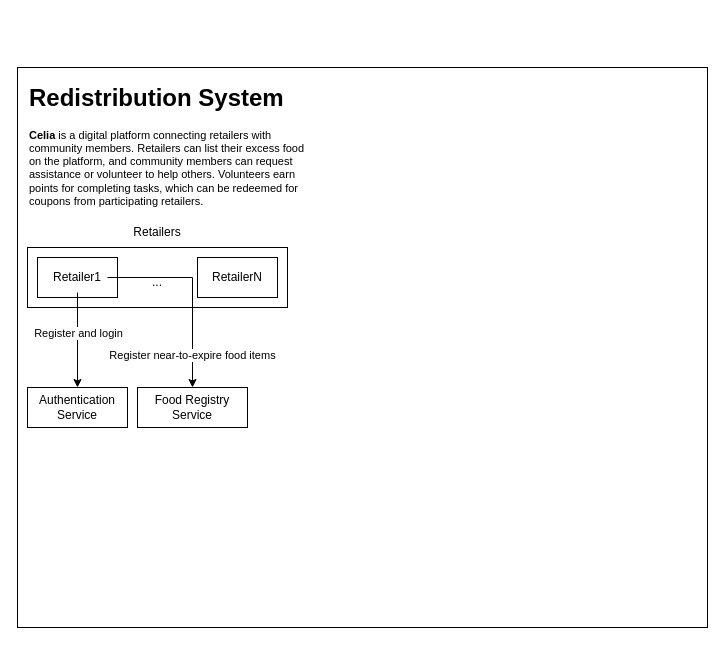
The draw.io diagram page "Page-2" (2 of 2) of Untitled Diagram.drawio in HarshvardhanThosar/msc-project-resources, before the edit. Source tidied: cells renumbered, new cells numbered last; positions are measured from the earlier drawing's top-left corner, leaving out a move shared by most shapes. Both pictures are drawn from the tidied source at 100%, with x=0, y=0 at pixel (17, 67).
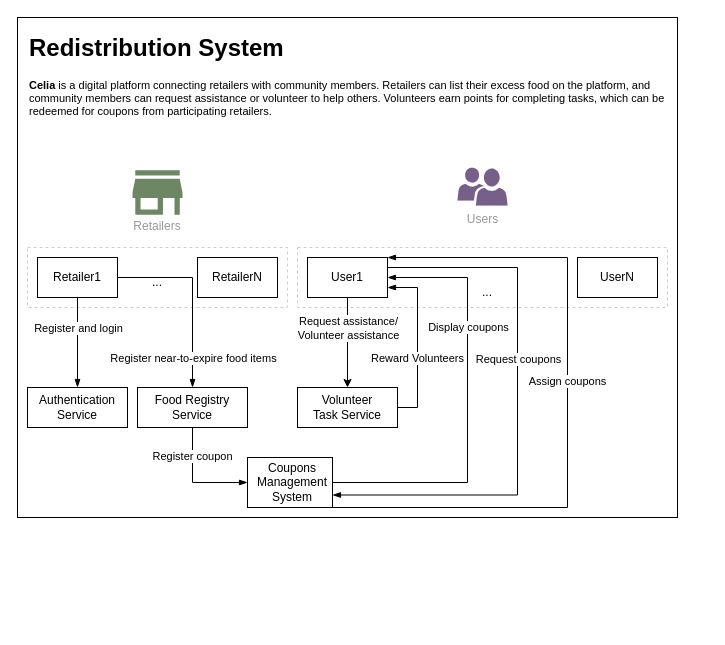
Above is the later version.

Unchanged cells that the change refers to:
```xml
<mxCell id="9" value="Retailer1" style="text;html=1;align=center;verticalAlign=middle;whiteSpace=wrap;rounded=0;" parent="7" vertex="1">
  <mxGeometry x="10" y="5" width="60" height="30" as="geometry" />
</mxCell>
```

The edit, as a diff of the source:
```diff
@@
     <mxCell id="2" style="rounded=0;whiteSpace=wrap;html=1;" parent="1" vertex="1">
-      <mxGeometry width="690" height="560" as="geometry" />
+      <mxGeometry y="-50" width="660" height="500" as="geometry" />
     </mxCell>
     <mxCell id="3" value="&lt;h1 style=&quot;margin-top: 0px;&quot;&gt;Redistribution System&lt;/h1&gt;&lt;h2 style=&quot;font-size: 11px;&quot;&gt;Celia&lt;span style=&quot;font-weight: normal;&quot;&gt;&amp;nbsp;is a digital platform connecting retailers with community members. Retailers can list their excess food on the platform, and community members can request assistance or volunteer to help others. Volunteers earn points for completing tasks, which can be redeemed for coupons from participating retailers.&lt;/span&gt;&lt;/h2&gt;" style="text;html=1;whiteSpace=wrap;overflow=hidden;rounded=0;" parent="1" vertex="1">
-      <mxGeometry x="10" y="10" width="280" height="130" as="geometry" />
+      <mxGeometry x="10" y="-40" width="640" height="130" as="geometry" />
     </mxCell>
-    <mxCell id="4" style="group;" parent="1" vertex="1">
-      <mxGeometry x="10" y="170" width="260" height="60" as="geometry" />
-    </mxCell>
+    <mxCell id="22" style="edgeStyle=orthogonalEdgeStyle;rounded=0;jettySize=auto;html=1;exitX=0.5;exitY=1;exitDx=0;exitDy=0;entryX=0;entryY=0.5;entryDx=0;entryDy=0;endArrow=blockThin;endFill=1;" parent="1" edge="1" source="14" target="43">
+      <mxGeometry relative="1" as="geometry" />
+    </mxCell>
+    <mxCell id="23" value="Register coupon" style="edgeLabel;html=1;align=center;verticalAlign=middle;" parent="22" vertex="1">
+      <mxGeometry x="-0.49" y="-1" relative="1" as="geometry" />
+    </mxCell>
+    <mxCell id="14" style="rounded=0;whiteSpace=wrap;html=1;" parent="1" vertex="1">
+      <mxGeometry x="120" y="320" width="110" height="40" as="geometry" />
+    </mxCell>
+    <mxCell id="15" value="Food Registry Service" style="text;html=1;align=center;verticalAlign=middle;whiteSpace=wrap;rounded=0;" parent="1" vertex="1">
+      <mxGeometry x="130" y="325" width="90" height="30" as="geometry" />
+    </mxCell>
+    <mxCell id="16" style="rounded=0;whiteSpace=wrap;html=1;" parent="1" vertex="1">
+      <mxGeometry x="10" y="320" width="100" height="40" as="geometry" />
+    </mxCell>
+    <mxCell id="17" value="Authentication&lt;div&gt;Service&lt;/div&gt;" style="text;html=1;align=center;verticalAlign=middle;whiteSpace=wrap;rounded=0;" parent="1" vertex="1">
+      <mxGeometry x="30" y="325" width="60" height="30" as="geometry" />
+    </mxCell>
-    <mxCell id="5" style="rounded=0;whiteSpace=wrap;html=1;" parent="4" vertex="1">
-      <mxGeometry y="10" width="260" height="60" as="geometry" />
+    <mxCell id="5" style="rounded=0;whiteSpace=wrap;html=1;dashed=1;strokeColor=#CCCCCC;" parent="1" vertex="1">
+      <mxGeometry x="10" y="180" width="260" height="60" as="geometry" />
     </mxCell>
-    <mxCell id="6" value="Retailers" style="text;html=1;align=center;verticalAlign=middle;whiteSpace=wrap;rounded=0;" parent="4" vertex="1">
-      <mxGeometry x="100" y="-20" width="60" height="30" as="geometry" />
-    </mxCell>
+    <mxCell id="24" style="edgeStyle=orthogonalEdgeStyle;rounded=0;jettySize=auto;html=1;exitX=1;exitY=0.5;exitDx=0;exitDy=0;entryX=0.5;entryY=0;entryDx=0;entryDy=0;endArrow=blockThin;endFill=1;" parent="1" edge="1" source="7" target="14">
+      <mxGeometry relative="1" as="geometry" />
+    </mxCell>
+    <mxCell id="21" value="Register near-to-expire food items" style="edgeLabel;html=1;align=center;verticalAlign=middle;" parent="24" vertex="1">
+      <mxGeometry x="0.38" y="-2" relative="1" as="geometry">
+        <mxPoint x="2" y="27" as="offset" />
+      </mxGeometry>
+    </mxCell>
+    <mxCell id="25" style="edgeStyle=orthogonalEdgeStyle;rounded=0;jettySize=auto;html=1;exitX=0.5;exitY=1;exitDx=0;exitDy=0;entryX=0.5;entryY=0;entryDx=0;entryDy=0;endArrow=blockThin;endFill=1;" parent="1" edge="1" source="7" target="16">
+      <mxGeometry relative="1" as="geometry" />
+    </mxCell>
+    <mxCell id="19" value="Register and login" style="edgeLabel;html=1;align=center;verticalAlign=middle;" parent="25" vertex="1">
+      <mxGeometry x="0.09" relative="1" as="geometry">
+        <mxPoint y="-19" as="offset" />
+      </mxGeometry>
+    </mxCell>
-    <mxCell id="7" style="group;" parent="4" vertex="1">
-      <mxGeometry x="10" y="20" width="80" height="40" as="geometry" />
+    <mxCell id="7" style="group;" parent="1" vertex="1">
+      <mxGeometry x="20" y="190" width="80" height="40" as="geometry" />
     </mxCell>
@@
-    <mxCell id="10" style="group;" parent="4" vertex="1">
-      <mxGeometry x="170" y="20" width="80" height="40" as="geometry" />
+    <mxCell id="10" style="group;" parent="1" vertex="1">
+      <mxGeometry x="180" y="190" width="80" height="40" as="geometry" />
     </mxCell>
@@
-    <mxCell id="13" value="..." style="text;html=1;align=center;verticalAlign=middle;whiteSpace=wrap;rounded=0;" parent="4" vertex="1">
-      <mxGeometry x="100" y="30" width="60" height="30" as="geometry" />
+    <mxCell id="13" value="..." style="text;html=1;align=center;verticalAlign=middle;whiteSpace=wrap;rounded=0;" parent="1" vertex="1">
+      <mxGeometry x="110" y="200" width="60" height="30" as="geometry" />
     </mxCell>
-    <mxCell id="14" style="rounded=0;whiteSpace=wrap;html=1;" parent="1" vertex="1">
-      <mxGeometry x="120" y="320" width="110" height="40" as="geometry" />
-    </mxCell>
-    <mxCell id="15" value="Food Registry Service" style="text;html=1;align=center;verticalAlign=middle;whiteSpace=wrap;rounded=0;" parent="1" vertex="1">
-      <mxGeometry x="130" y="325" width="90" height="30" as="geometry" />
-    </mxCell>
-    <mxCell id="16" style="rounded=0;whiteSpace=wrap;html=1;" parent="1" vertex="1">
-      <mxGeometry x="10" y="320" width="100" height="40" as="geometry" />
-    </mxCell>
-    <mxCell id="17" value="Authentication&lt;div&gt;Service&lt;/div&gt;" style="text;html=1;align=center;verticalAlign=middle;whiteSpace=wrap;rounded=0;" parent="1" vertex="1">
-      <mxGeometry x="30" y="325" width="60" height="30" as="geometry" />
-    </mxCell>
-    <mxCell id="18" style="edgeStyle=orthogonalEdgeStyle;rounded=0;jettySize=auto;html=1;entryX=0.5;entryY=0;entryDx=0;entryDy=0;" parent="1" edge="1" source="9" target="16">
-      <mxGeometry relative="1" as="geometry" />
-    </mxCell>
-    <mxCell id="19" value="Register and login" style="edgeLabel;html=1;align=center;verticalAlign=middle;" parent="18" vertex="1">
-      <mxGeometry x="0.01" y="-1" relative="1" as="geometry">
-        <mxPoint x="1" y="-8" as="offset" />
-      </mxGeometry>
-    </mxCell>
-    <mxCell id="20" style="edgeStyle=orthogonalEdgeStyle;rounded=0;jettySize=auto;html=1;entryX=0.5;entryY=0;entryDx=0;entryDy=0;" parent="1" edge="1" source="9" target="14">
-      <mxGeometry relative="1" as="geometry" />
-    </mxCell>
-    <mxCell id="21" value="Register near-to-expire food items" style="edgeLabel;html=1;align=center;verticalAlign=middle;" parent="20" vertex="1">
-      <mxGeometry x="0.47" y="-1" relative="1" as="geometry">
-        <mxPoint y="19" as="offset" />
-      </mxGeometry>
-    </mxCell>
+    <mxCell id="6" value="Retailers" style="strokeColor=none;shadow=1;strokeWidth=1;rounded=0;absoluteArcSize=1;arcSize=70;labelPosition=center;verticalLabelPosition=middle;align=center;verticalAlign=bottom;spacingLeft=0;fontColor=#999999;fontSize=12;whiteSpace=wrap;spacingBottom=2;html=1;glass=0;fillStyle=auto;gradientColor=none;fillColor=none;shadowColor=none;" parent="1" vertex="1">
+      <mxGeometry x="110" y="90" width="60" height="80" as="geometry" />
+    </mxCell>
+    <mxCell id="26" style="sketch=0;dashed=0;html=1;fillColor=#6d8764;strokeColor=#3A5431;shape=mxgraph.gcp2.retail;fontColor=#ffffff;strokeWidth=0;" parent="6" vertex="1">
+      <mxGeometry x="0.5" width="50" height="44.5" relative="1" as="geometry">
+        <mxPoint x="-25" y="12.8" as="offset" />
+      </mxGeometry>
+    </mxCell>
+    <mxCell id="27" value="&lt;span style=&quot;caret-color: rgb(153, 153, 153); color: rgb(153, 153, 153); white-space: normal;&quot;&gt;Users&lt;/span&gt;" style="sketch=0;shadow=0;dashed=0;html=1;strokeColor=#432D57;labelPosition=center;verticalLabelPosition=bottom;verticalAlign=top;align=center;fillColor=#76608a;shape=mxgraph.mscae.intune.user_group;strokeWidth=0;fontColor=#ffffff;" parent="1" vertex="1">
+      <mxGeometry x="440" y="100" width="50" height="38" as="geometry" />
+    </mxCell>
+    <mxCell id="28" style="rounded=0;whiteSpace=wrap;html=1;dashed=1;strokeColor=#CCCCCC;" parent="1" vertex="1">
+      <mxGeometry x="280" y="180" width="370" height="60" as="geometry" />
+    </mxCell>
+    <mxCell id="29" style="edgeStyle=orthogonalEdgeStyle;rounded=0;jettySize=auto;html=1;exitX=0.5;exitY=1;exitDx=0;exitDy=0;entryX=0.5;entryY=0;entryDx=0;entryDy=0;" parent="1" edge="1" source="33" target="39">
+      <mxGeometry relative="1" as="geometry" />
+    </mxCell>
+    <mxCell id="30" value="Request assistance/&lt;div&gt;Volunteer assistance&lt;/div&gt;" style="edgeLabel;html=1;align=center;verticalAlign=middle;" parent="29" vertex="1">
+      <mxGeometry x="-0.09" y="-3" relative="1" as="geometry">
+        <mxPoint x="3" y="-11" as="offset" />
+      </mxGeometry>
+    </mxCell>
+    <mxCell id="31" style="edgeStyle=orthogonalEdgeStyle;rounded=0;jettySize=auto;html=1;exitX=1;exitY=0;exitDx=0;exitDy=0;entryX=1;entryY=1;entryDx=0;entryDy=0;startArrow=blockThin;startFill=1;endArrow=none;endFill=0;" parent="1" edge="1" source="33" target="43">
+      <mxGeometry relative="1" as="geometry">
+        <Array as="points">
+          <mxPoint x="550" y="190" />
+          <mxPoint x="550" y="440" />
+        </Array>
+      </mxGeometry>
+    </mxCell>
+    <mxCell id="32" value="Assign coupons" style="edgeLabel;html=1;align=center;verticalAlign=middle;" parent="31" vertex="1">
+      <mxGeometry x="-0.09" y="-1" relative="1" as="geometry" />
+    </mxCell>
+    <mxCell id="33" style="rounded=0;whiteSpace=wrap;html=1;" parent="1" vertex="1">
+      <mxGeometry x="290" y="190" width="80" height="40" as="geometry" />
+    </mxCell>
+    <mxCell id="34" value="User1" style="text;html=1;align=center;verticalAlign=middle;whiteSpace=wrap;rounded=0;" parent="1" vertex="1">
+      <mxGeometry x="300" y="195" width="60" height="30" as="geometry" />
+    </mxCell>
+    <mxCell id="35" style="rounded=0;whiteSpace=wrap;html=1;" parent="1" vertex="1">
+      <mxGeometry x="560" y="190" width="80" height="40" as="geometry" />
+    </mxCell>
+    <mxCell id="36" value="UserN" style="text;html=1;align=center;verticalAlign=middle;whiteSpace=wrap;rounded=0;" parent="1" vertex="1">
+      <mxGeometry x="570" y="195" width="60" height="30" as="geometry" />
+    </mxCell>
+    <mxCell id="37" style="edgeStyle=orthogonalEdgeStyle;rounded=0;jettySize=auto;html=1;exitX=1;exitY=0.5;exitDx=0;exitDy=0;entryX=1;entryY=0.75;entryDx=0;entryDy=0;endArrow=blockThin;endFill=1;" parent="1" edge="1" source="39" target="33">
+      <mxGeometry relative="1" as="geometry" />
+    </mxCell>
+    <mxCell id="38" value="Reward Volunteers" style="edgeLabel;html=1;align=center;verticalAlign=middle;" parent="37" vertex="1">
+      <mxGeometry x="-0.03" y="1" relative="1" as="geometry">
+        <mxPoint y="12" as="offset" />
+      </mxGeometry>
+    </mxCell>
+    <mxCell id="39" style="rounded=0;whiteSpace=wrap;html=1;" parent="1" vertex="1">
+      <mxGeometry x="280" y="320" width="100" height="40" as="geometry" />
+    </mxCell>
+    <mxCell id="40" value="Volunteer Task Service" style="text;html=1;align=center;verticalAlign=middle;whiteSpace=wrap;rounded=0;" parent="1" vertex="1">
+      <mxGeometry x="290" y="325" width="80" height="30" as="geometry" />
+    </mxCell>
+    <mxCell id="41" style="edgeStyle=orthogonalEdgeStyle;rounded=0;jettySize=auto;html=1;exitX=1;exitY=0.5;exitDx=0;exitDy=0;entryX=1;entryY=0.5;entryDx=0;entryDy=0;endArrow=blockThin;endFill=1;" parent="1" edge="1" source="43" target="33">
+      <mxGeometry relative="1" as="geometry">
+        <Array as="points">
+          <mxPoint x="450" y="415" />
+          <mxPoint x="450" y="210" />
+        </Array>
+      </mxGeometry>
+    </mxCell>
+    <mxCell id="42" value="Display coupons" style="edgeLabel;html=1;align=center;verticalAlign=middle;" parent="41" vertex="1">
+      <mxGeometry x="-0.18" y="-1" relative="1" as="geometry">
+        <mxPoint x="-1" y="-119" as="offset" />
+      </mxGeometry>
+    </mxCell>
+    <mxCell id="43" style="rounded=0;whiteSpace=wrap;html=1;" parent="1" vertex="1">
+      <mxGeometry x="230" y="390" width="85" height="50" as="geometry" />
+    </mxCell>
+    <mxCell id="44" value="Coupons Management System" style="text;html=1;align=center;verticalAlign=middle;whiteSpace=wrap;rounded=0;" parent="1" vertex="1">
+      <mxGeometry x="245" y="400" width="60" height="30" as="geometry" />
+    </mxCell>
+    <mxCell id="45" style="edgeStyle=orthogonalEdgeStyle;rounded=0;jettySize=auto;html=1;exitX=1;exitY=0.25;exitDx=0;exitDy=0;entryX=1;entryY=0.75;entryDx=0;entryDy=0;endArrow=blockThin;endFill=1;" parent="1" edge="1" source="33" target="43">
+      <mxGeometry relative="1" as="geometry">
+        <Array as="points">
+          <mxPoint x="500" y="200" />
+          <mxPoint x="500" y="428" />
+        </Array>
+      </mxGeometry>
+    </mxCell>
+    <mxCell id="46" value="Request coupons" style="edgeLabel;html=1;align=center;verticalAlign=middle;" parent="45" vertex="1">
+      <mxGeometry x="-0.12" relative="1" as="geometry">
+        <mxPoint y="-18" as="offset" />
+      </mxGeometry>
+    </mxCell>
+    <mxCell id="47" value="..." style="text;html=1;align=center;verticalAlign=middle;whiteSpace=wrap;rounded=0;" parent="1" vertex="1">
+      <mxGeometry x="440" y="210" width="60" height="30" as="geometry" />
+    </mxCell>
```
